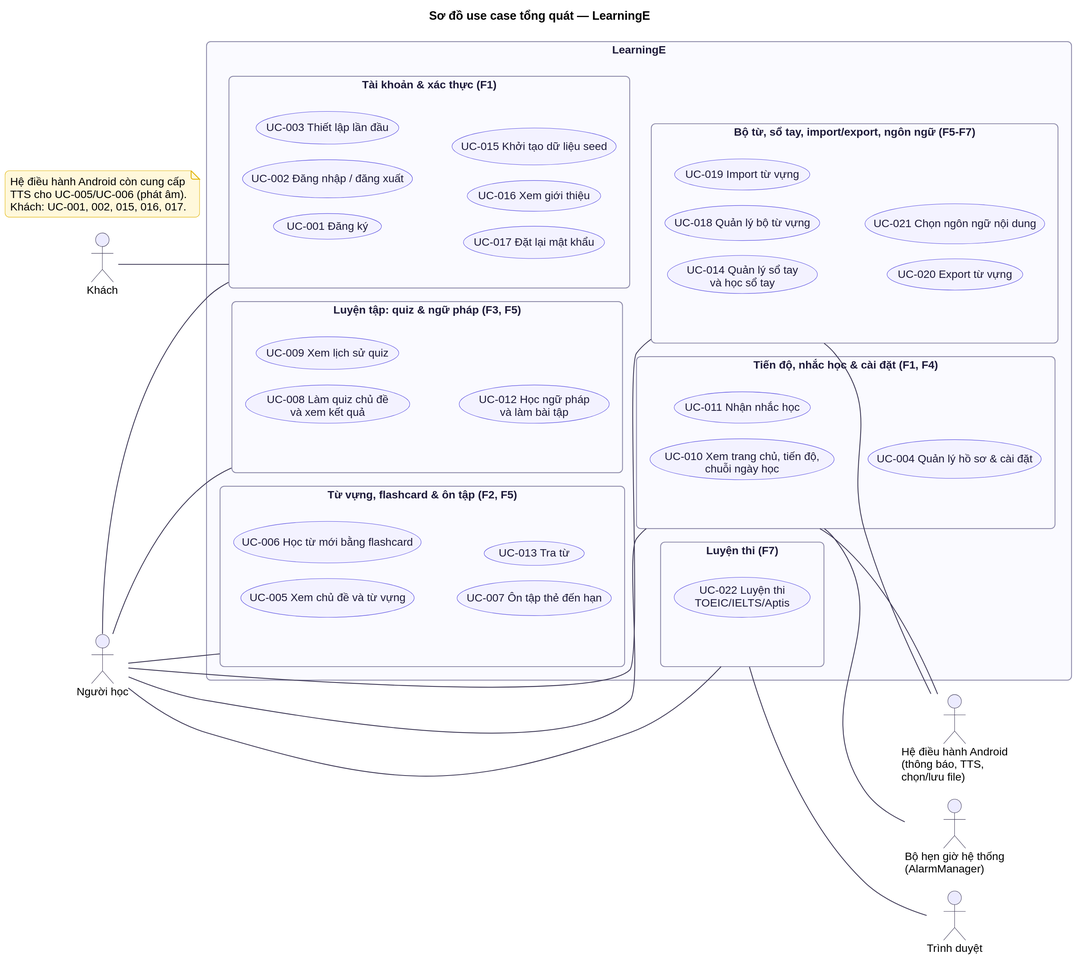
Earlier version of the PlantUML export docs/diagrams/usecase/uc-00-overview.svg (at1308033-sketch/LearningE_app). Its diagram source:
```plantuml
@startuml
!include ../_style.puml
title Sơ đồ use case tổng quát — LearningE
left to right direction
skinparam packageStyle rectangle

actor "Khách" as K
actor "Người học" as N
actor "Bộ hẹn giờ hệ thống\n(AlarmManager)" as T
actor "Hệ điều hành Android\n(thông báo, TTS,\nchọn/lưu file)" as OS
actor "Trình duyệt" as B

rectangle "LearningE" {
  package "Tài khoản & xác thực (F1)" as P1 {
    usecase "UC-001 Đăng ký" as UC1
    usecase "UC-002 Đăng nhập / đăng xuất" as UC2
    usecase "UC-003 Thiết lập lần đầu" as UC3
    usecase "UC-017 Đặt lại mật khẩu" as UC17
    usecase "UC-016 Xem giới thiệu" as UC16
    usecase "UC-015 Khởi tạo dữ liệu seed" as UC15
  }
  package "Từ vựng, flashcard & ôn tập (F2, F5)" as P2 {
    usecase "UC-005 Xem chủ đề và từ vựng" as UC5
    usecase "UC-006 Học từ mới bằng flashcard" as UC6
    usecase "UC-007 Ôn tập thẻ đến hạn" as UC7
    usecase "UC-013 Tra từ" as UC13
  }
  package "Luyện tập: quiz & ngữ pháp (F3, F5)" as P3 {
    usecase "UC-008 Làm quiz chủ đề\nvà xem kết quả" as UC8
    usecase "UC-009 Xem lịch sử quiz" as UC9
    usecase "UC-012 Học ngữ pháp\nvà làm bài tập" as UC12
  }
  package "Bộ từ, sổ tay, import/export, ngôn ngữ (F5-F7)" as P4 {
    usecase "UC-014 Quản lý sổ tay\nvà học sổ tay" as UC14
    usecase "UC-018 Quản lý bộ từ vựng" as UC18
    usecase "UC-019 Import từ vựng" as UC19
    usecase "UC-020 Export từ vựng" as UC20
    usecase "UC-021 Chọn ngôn ngữ nội dung" as UC21
  }
  package "Luyện thi (F7)" as P5 {
    usecase "UC-022 Luyện thi\nTOEIC/IELTS/Aptis" as UC22
  }
  package "Tiến độ, nhắc học & cài đặt (F1, F4)" as P6 {
    usecase "UC-010 Xem trang chủ, tiến độ,\nchuỗi ngày học" as UC10
    usecase "UC-011 Nhận nhắc học" as UC11
    usecase "UC-004 Quản lý hồ sơ & cài đặt" as UC4
  }
}

K -- P1
N -- P1
N -- P2
N -- P3
N -- P4
N -- P5
N -- P6
P1 -[hidden]right- P2
P2 -[hidden]right- P3
P3 -[hidden]right- P4
P4 -[hidden]right- P5
P5 -[hidden]right- P6
P4 -- OS
P6 -- OS
P6 -- T
P5 -- B
note as NOTE1
  Hệ điều hành Android còn cung cấp
  TTS cho UC-005/UC-006 (phát âm).
  Khách: UC-001, 002, 015, 016, 017.
end note
@enduml
```
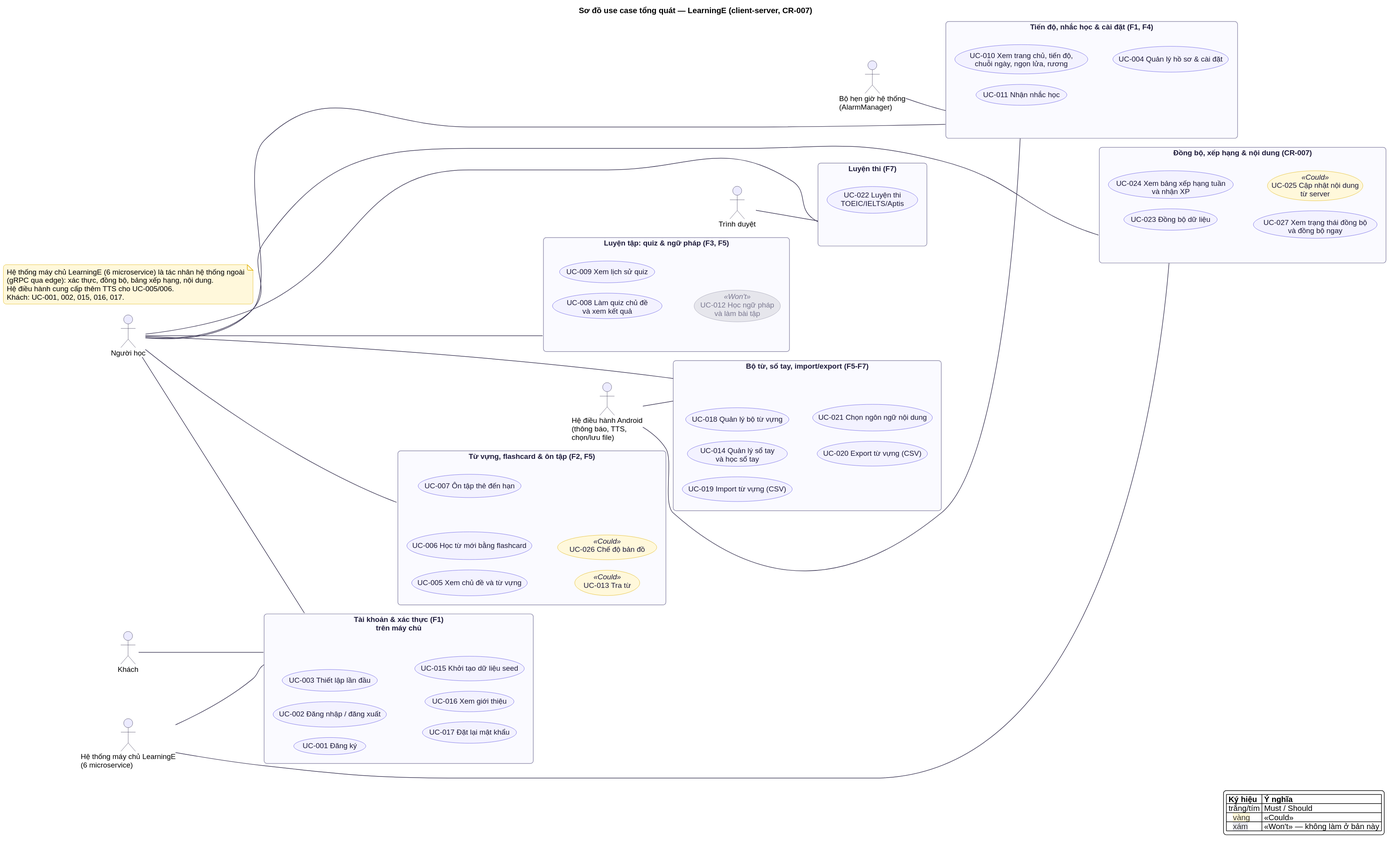
The same diagram one commit later.

What changed in the source:
```diff
@@ -1,17 +1,27 @@
 @startuml
 !include ../_style.puml
-title Sơ đồ use case tổng quát — LearningE
+title Sơ đồ use case tổng quát — LearningE (client-server, CR-007)
 left to right direction
+skinparam dpi 100
 skinparam packageStyle rectangle
+skinparam usecase<<Won't>> {
+  BackgroundColor #E6E6EC
+  BorderColor #9A98AD
+  FontColor #7A7890
+}
+skinparam usecase<<Could>> {
+  BackgroundColor #FFF8DB
+  BorderColor #E0B100
+}
 
 actor "Khách" as K
 actor "Người học" as N
+actor "Hệ thống máy chủ LearningE\n(6 microservice)" as SV
 actor "Bộ hẹn giờ hệ thống\n(AlarmManager)" as T
 actor "Hệ điều hành Android\n(thông báo, TTS,\nchọn/lưu file)" as OS
 actor "Trình duyệt" as B
 
-rectangle "LearningE" {
-  package "Tài khoản & xác thực (F1)" as P1 {
+  package "Tài khoản & xác thực (F1)\ntrên máy chủ" as P1 {
     usecase "UC-001 Đăng ký" as UC1
     usecase "UC-002 Đăng nhập / đăng xuất" as UC2
     usecase "UC-003 Thiết lập lần đầu" as UC3
@@ -23,29 +33,35 @@
     usecase "UC-005 Xem chủ đề và từ vựng" as UC5
     usecase "UC-006 Học từ mới bằng flashcard" as UC6
     usecase "UC-007 Ôn tập thẻ đến hạn" as UC7
-    usecase "UC-013 Tra từ" as UC13
+    usecase "UC-013 Tra từ" as UC13 <<Could>>
+    usecase "UC-026 Chế độ bản đồ" as UC26 <<Could>>
   }
   package "Luyện tập: quiz & ngữ pháp (F3, F5)" as P3 {
     usecase "UC-008 Làm quiz chủ đề\nvà xem kết quả" as UC8
     usecase "UC-009 Xem lịch sử quiz" as UC9
-    usecase "UC-012 Học ngữ pháp\nvà làm bài tập" as UC12
+    usecase "UC-012 Học ngữ pháp\nvà làm bài tập" as UC12 <<Won't>>
   }
-  package "Bộ từ, sổ tay, import/export, ngôn ngữ (F5-F7)" as P4 {
+  package "Bộ từ, sổ tay, import/export (F5-F7)" as P4 {
     usecase "UC-014 Quản lý sổ tay\nvà học sổ tay" as UC14
     usecase "UC-018 Quản lý bộ từ vựng" as UC18
-    usecase "UC-019 Import từ vựng" as UC19
-    usecase "UC-020 Export từ vựng" as UC20
+    usecase "UC-019 Import từ vựng (CSV)" as UC19
+    usecase "UC-020 Export từ vựng (CSV)" as UC20
     usecase "UC-021 Chọn ngôn ngữ nội dung" as UC21
   }
   package "Luyện thi (F7)" as P5 {
     usecase "UC-022 Luyện thi\nTOEIC/IELTS/Aptis" as UC22
   }
   package "Tiến độ, nhắc học & cài đặt (F1, F4)" as P6 {
-    usecase "UC-010 Xem trang chủ, tiến độ,\nchuỗi ngày học" as UC10
+    usecase "UC-010 Xem trang chủ, tiến độ,\nchuỗi ngày, ngọn lửa, rương" as UC10
     usecase "UC-011 Nhận nhắc học" as UC11
     usecase "UC-004 Quản lý hồ sơ & cài đặt" as UC4
   }
-}
+  package "Đồng bộ, xếp hạng & nội dung (CR-007)" as P7 {
+    usecase "UC-023 Đồng bộ dữ liệu" as UC23
+    usecase "UC-024 Xem bảng xếp hạng tuần\nvà nhận XP" as UC24
+    usecase "UC-027 Xem trạng thái đồng bộ\nvà đồng bộ ngay" as UC27
+    usecase "UC-025 Cập nhật nội dung\ntừ server" as UC25 <<Could>>
+  }
 
 K -- P1
 N -- P1
@@ -54,18 +70,29 @@
 N -- P4
 N -- P5
 N -- P6
-P1 -[hidden]right- P2
-P2 -[hidden]right- P3
-P3 -[hidden]right- P4
-P4 -[hidden]right- P5
-P5 -[hidden]right- P6
-P4 -- OS
-P6 -- OS
-P6 -- T
-P5 -- B
+N -- P7
+SV -- P1
+SV -- P7
+P1 -[hidden]down- P2
+P2 -[hidden]down- P3
+P3 -[hidden]down- P4
+P4 -[hidden]down- P5
+P5 -[hidden]down- P6
+P6 -[hidden]down- P7
+OS -- P4
+OS -- P6
+T -- P6
+B -- P5
 note as NOTE1
-  Hệ điều hành Android còn cung cấp
-  TTS cho UC-005/UC-006 (phát âm).
+  Hệ thống máy chủ LearningE (6 microservice) là tác nhân hệ thống ngoài
+  (gRPC qua edge): xác thực, đồng bộ, bảng xếp hạng, nội dung.
+  Hệ điều hành cung cấp thêm TTS cho UC-005/006.
   Khách: UC-001, 002, 015, 016, 017.
 end note
+legend right
+  |= Ký hiệu |= Ý nghĩa |
+  | trắng/tím | Must / Should |
+  | <back:#FFF8DB>  vàng  </back> | <<Could>> |
+  | <back:#E6E6EC>  xám  </back> | <<Won't>> — không làm ở bản này |
+endlegend
 @enduml
```
